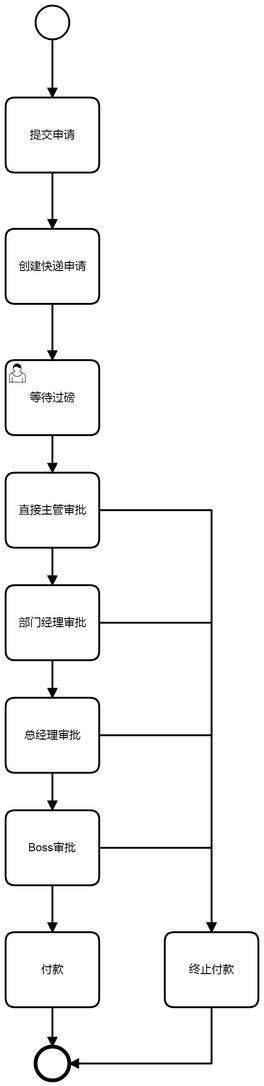
Earlier version of the BPMN export hz/resources/发快递审批流程.png (eeroom/hw.core). Its source is kept beside it as hz/resources/发快递审批流程.bpmn. Ids are renumbered.
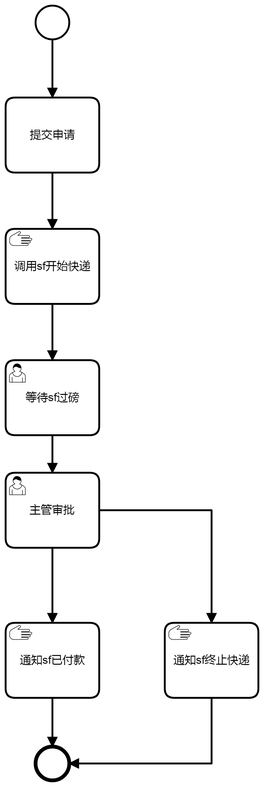
After the change.

Commit message:
完善流程图

What changed in the source:
```diff
@@ -1,5 +1,5 @@
 <bpmn:definitions xmlns:bpmn="http://www.omg.org/spec/BPMN/20100524/MODEL" xmlns:bpmndi="http://www.omg.org/spec/BPMN/20100524/DI" xmlns:dc="http://www.omg.org/spec/DD/20100524/DC" xmlns:di="http://www.omg.org/spec/DD/20100524/DI" xmlns:camunda="http://camunda.org/schema/1.0/bpmn" xmlns:modeler="http://camunda.org/schema/modeler/1.0" id="Definitions_n1" targetNamespace="http://bpmn.io/schema/bpmn" exporter="Camunda Modeler" exporterVersion="4.10.0" modeler:executionPlatform="Camunda Platform" modeler:executionPlatformVersion="7.15.0">
-  <bpmn:process id="Process_n2" isExecutable="true">
+  <bpmn:process id="Kuaidi" isExecutable="true">
     <bpmn:startEvent id="StartEvent_1">
       <bpmn:outgoing>Flow_n3</bpmn:outgoing>
     </bpmn:startEvent>
@@ -60,7 +60,11 @@
     </bpmn:manualTask>
   </bpmn:process>
   <bpmndi:BPMNDiagram id="BPMNDiagram_1">
-    <bpmndi:BPMNPlane id="BPMNPlane_1" bpmnElement="Process_n2">
+    <bpmndi:BPMNPlane id="BPMNPlane_1" bpmnElement="Kuaidi">
+      <bpmndi:BPMNEdge id="Flow_n17_di" bpmnElement="Flow_n17">
+        <di:waypoint x="210" y="660" />
+        <di:waypoint x="210" y="740" />
+      </bpmndi:BPMNEdge>
       <bpmndi:BPMNEdge id="Flow_n7_di" bpmnElement="Flow_n7">
         <di:waypoint x="210" y="400" />
         <di:waypoint x="210" y="460" />
@@ -91,10 +95,6 @@
         <di:waypoint x="210" y="118" />
         <di:waypoint x="210" y="180" />
       </bpmndi:BPMNEdge>
-      <bpmndi:BPMNEdge id="Flow_n17_di" bpmnElement="Flow_n17">
-        <di:waypoint x="210" y="660" />
-        <di:waypoint x="210" y="740" />
-      </bpmndi:BPMNEdge>
       <bpmndi:BPMNShape id="_BPMNShape_StartEvent_2" bpmnElement="StartEvent_1">
         <dc:Bounds x="192" y="82" width="36" height="36" />
       </bpmndi:BPMNShape>
@@ -104,11 +104,11 @@
       <bpmndi:BPMNShape id="Activity_0ym5zd6_di" bpmnElement="Activity_n6">
         <dc:Bounds x="160" y="460" width="100" height="80" />
       </bpmndi:BPMNShape>
+      <bpmndi:BPMNShape id="Event_n9_di" bpmnElement="Event_n9">
+        <dc:Bounds x="192" y="872" width="36" height="36" />
+      </bpmndi:BPMNShape>
       <bpmndi:BPMNShape id="Activity_0wrtph3_di" bpmnElement="Activity_n16">
         <dc:Bounds x="160" y="320" width="100" height="80" />
-      </bpmndi:BPMNShape>
-      <bpmndi:BPMNShape id="Event_n9_di" bpmnElement="Event_n9">
-        <dc:Bounds x="192" y="872" width="36" height="36" />
       </bpmndi:BPMNShape>
       <bpmndi:BPMNShape id="Activity_0fo1b8c_di" bpmnElement="Activity_n12">
         <dc:Bounds x="160" y="580" width="100" height="80" />
```
